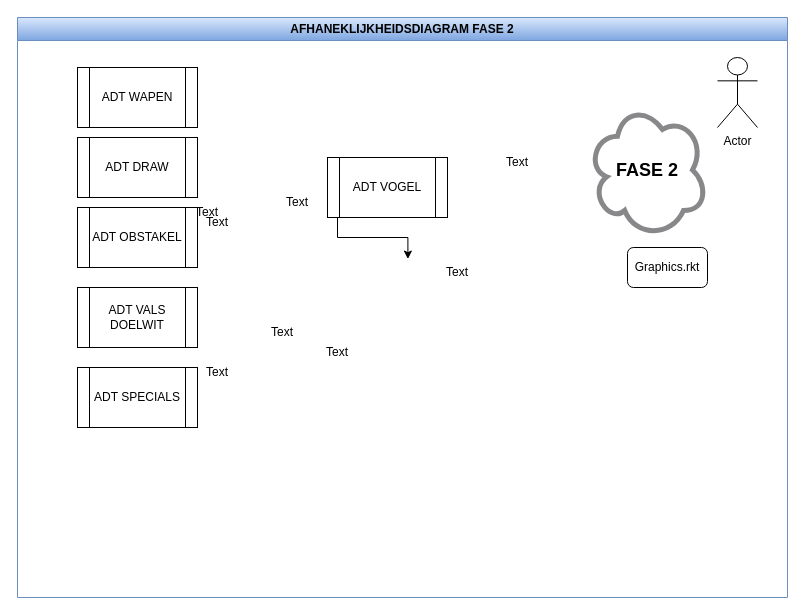
RuneSerruys/RuneSerruys keeps this draw.io diagram as page "Pagina-1" (1 of 2) of Diagram zonder titel.drawio. Above is the earlier version. Source tidied: cells renumbered, new cells numbered last; positions are measured from the earlier drawing's top-left corner, leaving out a move shared by most shapes. Both pictures are drawn from the tidied source at 100%, with x=0, y=0 at pixel (17, 17).
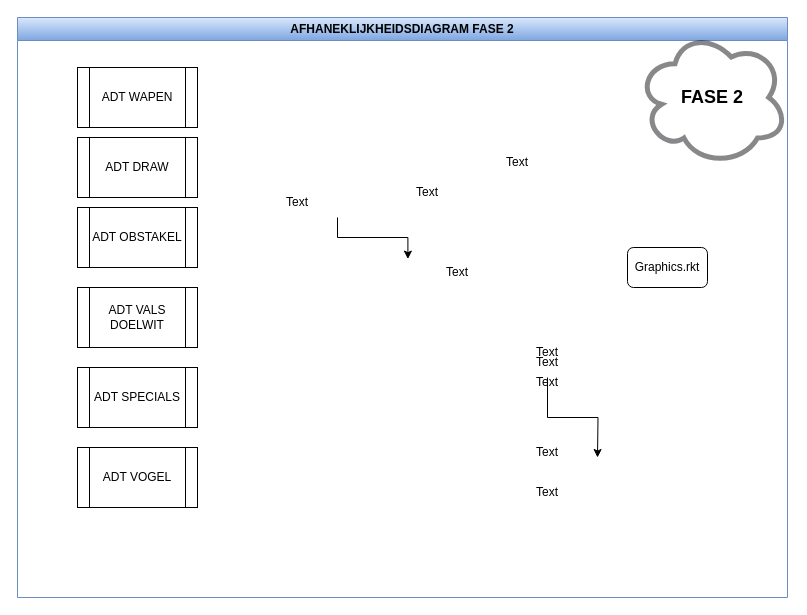
The same diagram, later.

The change refers to these unchanged cells:
```xml
<mxCell id="2" value="AFHANEKLIJKHEIDSDIAGRAM FASE 2" style="swimlane;whiteSpace=wrap;html=1;fillColor=#dae8fc;strokeColor=#6c8ebf;gradientColor=#7ea6e0;" parent="1" vertex="1">
  <mxGeometry width="770" height="580" as="geometry" />
</mxCell>
```

What changed in the source:
```diff
@@
     <mxCell id="5" value="Text" style="text;html=1;strokeColor=none;fillColor=none;align=center;verticalAlign=middle;whiteSpace=wrap;rounded=0;" parent="2" vertex="1">
-      <mxGeometry x="120" y="340" width="160" height="30" as="geometry" />
+      <mxGeometry x="450" y="460" width="160" height="30" as="geometry" />
     </mxCell>
@@
+    <mxCell id="22" style="edgeStyle=orthogonalEdgeStyle;rounded=0;jettySize=auto;html=1;exitX=0.5;exitY=1;exitDx=0;exitDy=0;" parent="2" edge="1" source="7">
+      <mxGeometry relative="1" as="geometry">
+        <mxPoint x="580" y="440" as="targetPoint" />
+      </mxGeometry>
+    </mxCell>
     <mxCell id="7" value="Text" style="text;html=1;strokeColor=none;fillColor=none;align=center;verticalAlign=middle;whiteSpace=wrap;rounded=0;" parent="2" vertex="1">
-      <mxGeometry x="240" y="320" width="160" height="30" as="geometry" />
+      <mxGeometry x="450" y="330" width="160" height="30" as="geometry" />
     </mxCell>
@@
-    <mxCell id="10" value="Actor" style="shape=umlActor;verticalLabelPosition=bottom;verticalAlign=top;html=1;" parent="2" vertex="1">
-      <mxGeometry x="700" y="40" width="40" height="70" as="geometry" />
-    </mxCell>
@@
     <mxCell id="14" value="Text" style="text;html=1;strokeColor=none;fillColor=none;align=center;verticalAlign=middle;whiteSpace=wrap;rounded=0;" parent="2" vertex="1">
-      <mxGeometry x="230" y="290" width="70" height="50" as="geometry" />
+      <mxGeometry x="495" y="410" width="70" height="50" as="geometry" />
     </mxCell>
@@
     <mxCell id="17" value="&lt;h2&gt;FASE 2&lt;/h2&gt;" style="ellipse;shape=cloud;whiteSpace=wrap;html=1;opacity=50;strokeWidth=5;strokeColor=#131316;gradientColor=none;fillColor=none;" parent="2" vertex="1">
-      <mxGeometry x="570" y="85" width="120" height="135" as="geometry" />
+      <mxGeometry x="620" y="12.5" width="150" height="135" as="geometry" />
     </mxCell>
+    <mxCell id="20" value="ADT VOGEL" style="shape=process;whiteSpace=wrap;html=1;backgroundOutline=1;" parent="2" vertex="1">
+      <mxGeometry x="60" y="430" width="120" height="60" as="geometry" />
+    </mxCell>
+    <mxCell id="19" value="Text" style="text;html=1;strokeColor=none;fillColor=none;align=center;verticalAlign=middle;whiteSpace=wrap;rounded=0;" parent="2" vertex="1">
+      <mxGeometry x="450" y="350" width="160" height="30" as="geometry" />
+    </mxCell>
-    <mxCell id="18" value="Text" style="text;html=1;strokeColor=none;fillColor=none;align=center;verticalAlign=middle;whiteSpace=wrap;rounded=0;" parent="1" vertex="1">
-      <mxGeometry x="110" y="180" width="160" height="30" as="geometry" />
+    <mxCell id="18" value="Text" style="text;html=1;strokeColor=none;fillColor=none;align=center;verticalAlign=middle;whiteSpace=wrap;rounded=0;" parent="2" vertex="1">
+      <mxGeometry x="450" y="320" width="160" height="30" as="geometry" />
     </mxCell>
-    <mxCell id="19" value="Text" style="text;html=1;strokeColor=none;fillColor=none;align=center;verticalAlign=middle;whiteSpace=wrap;rounded=0;" parent="1" vertex="1">
-      <mxGeometry x="120" y="190" width="160" height="30" as="geometry" />
-    </mxCell>
-    <mxCell id="20" value="ADT VOGEL" style="shape=process;whiteSpace=wrap;html=1;backgroundOutline=1;" parent="1" vertex="1">
-      <mxGeometry x="310" y="140" width="120" height="60" as="geometry" />
-    </mxCell>
```
